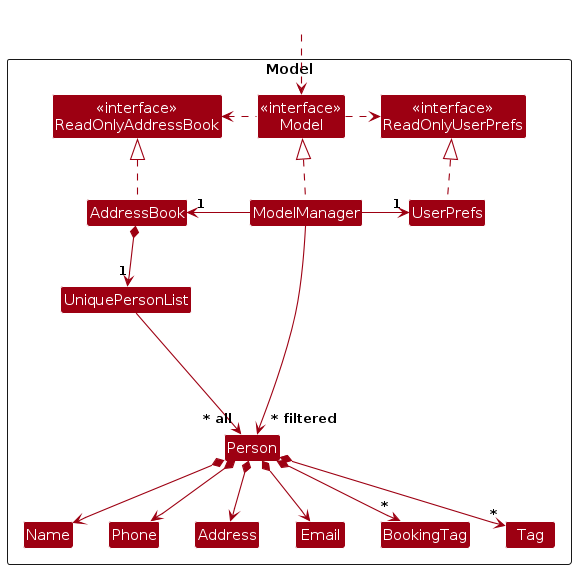
Before: diagrams/ModelClassDiagram.png, a diagram exported from PlantUML (AY2425S2-CS2103T-T16-2/tp). Its source is kept beside it as diagrams/ModelClassDiagram.puml. Source of this version:
```plantuml
@startuml
!include style.puml
skinparam arrowThickness 1.1
skinparam arrowColor MODEL_COLOR
skinparam classBackgroundColor MODEL_COLOR

Package Model as ModelPackage <<Rectangle>>{
Class "<<interface>>\nReadOnlyAddressBook" as ReadOnlyAddressBook
Class "<<interface>>\nReadOnlyUserPrefs" as ReadOnlyUserPrefs
Class "<<interface>>\nModel" as Model
Class AddressBook
Class ModelManager
Class UserPrefs

Class UniquePersonList
Class Person
Class Address
Class Email
Class Name
Class Phone
Class BookingTag
Class Tag

Class I #FFFFFF
}

Class HiddenOutside #FFFFFF
HiddenOutside ..> Model

AddressBook .up.|> ReadOnlyAddressBook

ModelManager .up.|> Model
Model .right.> ReadOnlyUserPrefs
Model .left.> ReadOnlyAddressBook
ModelManager -left-> "1" AddressBook
ModelManager -right-> "1" UserPrefs
UserPrefs .up.|> ReadOnlyUserPrefs

AddressBook *--> "1" UniquePersonList
UniquePersonList --> "~* all" Person
Person *--> Name
Person *--> Phone
Person *--> Email
Person *--> Address
Person *--> "*" BookingTag
Person *--> "*" Tag

Person -[hidden]up--> I
UniquePersonList -[hidden]right-> I

Name -[hidden]right-> Phone
Phone -[hidden]right-> Address
Address -[hidden]right-> Email

ModelManager --> "~* filtered" Person
@enduml
```
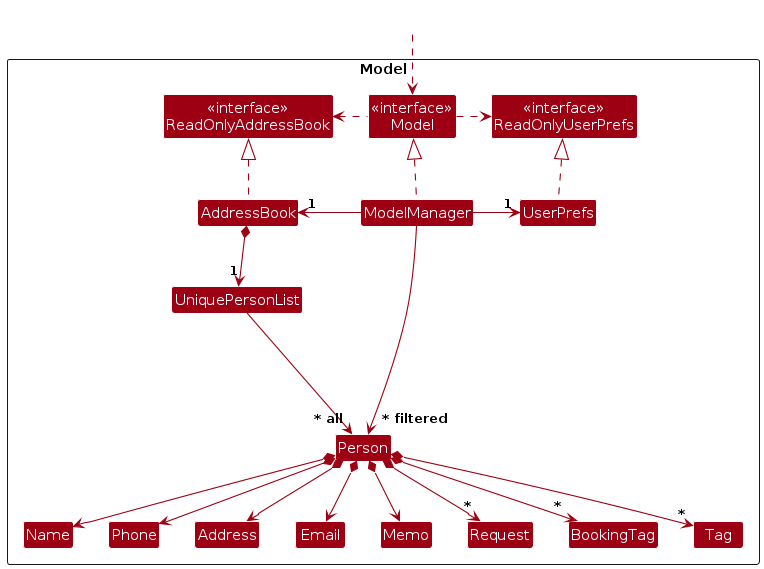
After the change.

Diff of the diagram source:
```diff
@@ -18,6 +18,8 @@
 Class Email
 Class Name
 Class Phone
+Class Memo
+Class Request
 Class BookingTag
 Class Tag
 
@@ -42,8 +44,10 @@
 Person *--> Phone
 Person *--> Email
 Person *--> Address
+Person *--> Memo
 Person *--> "*" BookingTag
 Person *--> "*" Tag
+Person *--> "*" Request
 
 Person -[hidden]up--> I
 UniquePersonList -[hidden]right-> I
```
